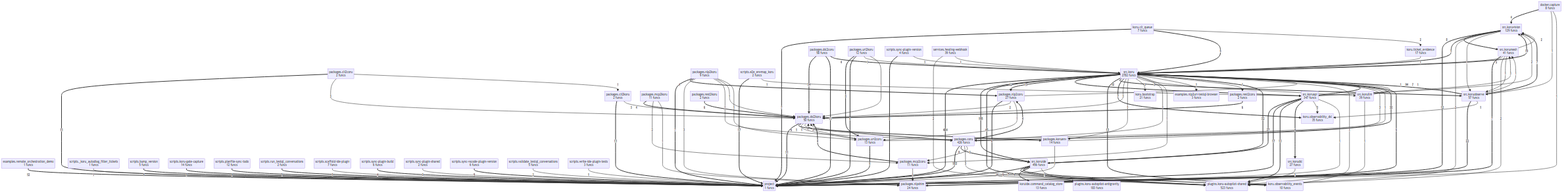
Above: project/compact_flow.png in semcod/koru (Mermaid), before the change. Its source is kept beside it as project/compact_flow.mmd.
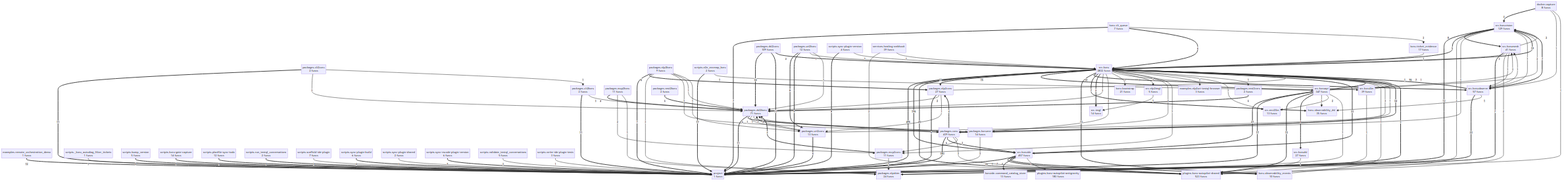
After the change.

Diff of the diagram source:
```diff
@@ -10,9 +10,9 @@
     koruide__command_catalog_store["koruide.command_catalog_store<br/>13 funcs"]
     packages__cli2coru["packages.cli2coru<br/>2 funcs"]
     packages__cli2koru["packages.cli2koru<br/>2 funcs"]
-    packages__coru["packages.coru<br/>426 funcs"]
-    packages__dsl2coru["packages.dsl2coru<br/>58 funcs"]
-    packages__dsl2koru["packages.dsl2koru<br/>50 funcs"]
+    packages__coru["packages.coru<br/>439 funcs"]
+    packages__dsl2coru["packages.dsl2coru<br/>109 funcs"]
+    packages__dsl2koru["packages.dsl2koru<br/>71 funcs"]
     packages__koruenv["packages.koruenv<br/>14 funcs"]
     packages__mcp2coru["packages.mcp2coru<br/>11 funcs"]
     packages__mcp2koru["packages.mcp2koru<br/>11 funcs"]
@@ -40,22 +40,25 @@
     scripts__validate_testql_conversations["scripts.validate_testql_conversations<br/>5 funcs"]
     scripts__write_ide_plugin_tests["scripts.write-ide-plugin-tests<br/>3 funcs"]
     services__healing_webhook["services.healing-webhook<br/>39 funcs"]
-    src__koru["src.koru<br/>2782 funcs"]
+    src__env2llm["src.env2llm<br/>13 funcs"]
+    src__imgl["src.imgl<br/>14 funcs"]
+    src__koru["src.koru<br/>2832 funcs"]
     src__koruapi["src.koruapi<br/>347 funcs"]
     src__korudsl["src.korudsl<br/>27 funcs"]
-    src__koruide["src.koruide<br/>456 funcs"]
+    src__koruide["src.koruide<br/>457 funcs"]
     src__korullm["src.korullm<br/>39 funcs"]
     src__korumesh["src.korumesh<br/>41 funcs"]
     src__koruobserve["src.koruobserve<br/>57 funcs"]
     src__koruvision["src.koruvision<br/>129 funcs"]
-    src__koru ==>|484| project
-    src__koru ==>|195| src__koruide
+    src__nlp2imgl["src.nlp2imgl<br/>5 funcs"]
+    src__koru ==>|495| project
+    src__koru ==>|196| src__koruide
     packages__coru ==>|183| project
-    src__koruapi ==>|94| src__koru
+    src__koruapi ==>|96| src__koru
     src__koru ==>|45| plugins__koru_autopilot_shared
     packages__dsl2coru ==>|34| packages__dsl2koru
-    src__koruide ==>|32| src__koru
-    packages__coru ==>|30| src__koru
+    packages__coru ==>|34| src__koru
+    src__koruide ==>|33| src__koru
     src__koruapi ==>|27| src__koruide
     src__koruide ==>|26| project
     src__koruobserve ==>|22| project
@@ -77,7 +80,6 @@
     scripts__planfile_sync_todo ==>|9| project
     scripts__sync_vscode_plugin_version ==>|9| project
     packages__uri2koru ==>|8| packages__uri2coru
-    packages__coru ==>|8| src__koruide
     src__koruvision ==>|8| src__korumesh
     scripts__sync_plugin_version ==>|8| project
     packages__nlp2koru ==>|7| project
@@ -92,6 +94,7 @@
     packages__nlpshim ==>|6| src__koru
     packages__uri2koru ==>|6| project
     packages__nlp2coru ==>|6| project
+    packages__coru ==>|6| src__koruide
     packages__rest2coru ==>|6| packages__dsl2koru
     packages__rest2koru ==>|6| packages__dsl2koru
     koru__cli_queue ==>|6| src__koru
@@ -106,6 +109,7 @@
     packages__nlp2koru ==>|4| packages__nlp2coru
     src__koruapi ==>|4| src__korudsl
     src__koruide ==>|4| koruide__command_catalog_store
+    src__koru ==>|4| src__imgl
     docker__capture ==>|4| src__koruvision
     scripts__sync_plugin_build ==>|4| project
     packages__koruenv -->|3| src__koru
@@ -122,12 +126,14 @@
     src__koru -->|3| packages__koruenv
     src__koru -->|3| koru__bootstrap
     src__koru -->|3| src__korullm
+    src__koru -->|3| src__nlp2imgl
     scripts__sync_plugin_shared -->|3| project
     scripts__scaffold_ide_plugin -->|3| project
     scripts__validate_testql_conversations -->|3| project
     packages__mcp2koru -->|2| packages__mcp2coru
     packages__nlp2coru -->|2| packages__dsl2koru
     services__healing_webhook -->|2| plugins__koru_autopilot_shared
+    src__koruapi -->|2| src__env2llm
     src__koruapi -->|2| src__koruvision
     src__koruvision -->|2| plugins__koru_autopilot_shared
     src__korumesh -->|2| src__koru
@@ -156,13 +162,16 @@
     src__koruapi -->|1| packages__nlpshim
     src__korullm -->|1| src__koru
     src__korullm -->|1| plugins__koru_autopilot_shared
+    src__koruvision -->|1| packages__coru
     src__koruvision -->|1| src__koruobserve
     src__korumesh -->|1| src__koruobserve
+    src__nlp2imgl -->|1| src__imgl
     src__koruide -->|1| plugins__koru_autopilot_antigravity
     src__koru -->|1| packages__mcp2coru
     koru__ticket_evidence -->|1| src__koru
     koru__observability_events -->|1| src__koru
     src__koru -->|1| examples__nlp2uri_testql_browser
+    src__koru -->|1| src__env2llm
     src__koru -->|1| packages__rest2coru
     docker__capture -->|1| src__koruobserve
     docker__capture -->|1| project
```
